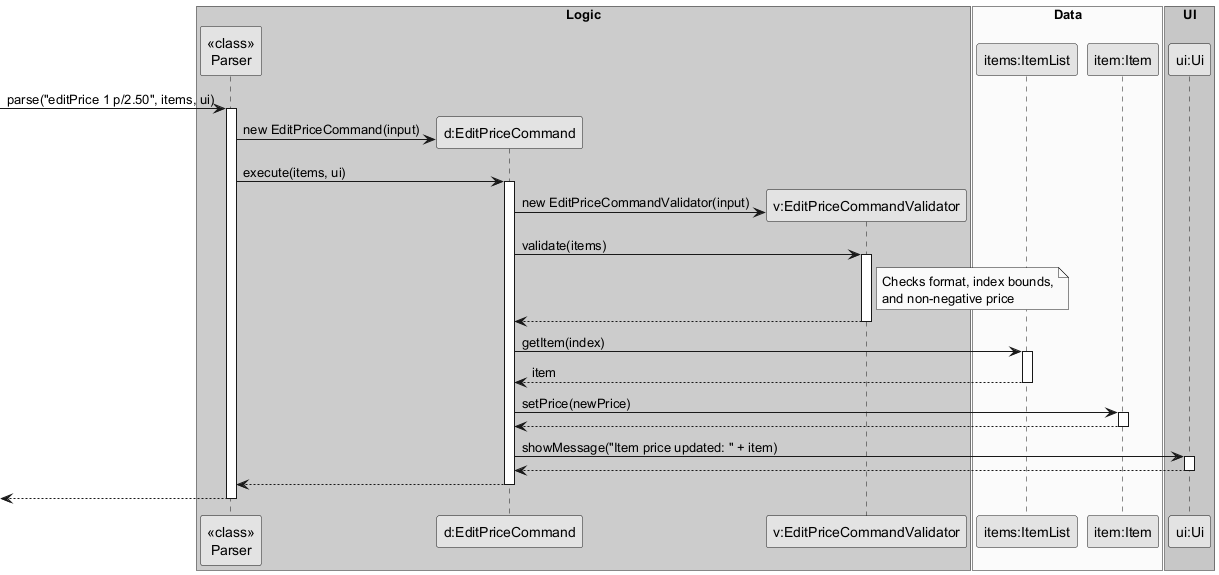
This is docs/diagrams/EditPriceCommandSequenceDiagram.png from fmohamedfaras/tp, a PlantUML export, as it was before one commit. Source of this version:
```plantuml
@startuml
skinparam monochrome true
skinparam shadowing false

box "Logic" #LightBlue
participant "<<class>>\nParser" as Parser
participant "d:EditPriceCommand" as EditPriceCommand
participant "v:EditPriceCommandValidator" as EditPriceCommandValidator
end box

box "Data" #LightYellow
participant "items:ItemList" as ItemList
participant "item:Item" as Item
end box

box "UI" #LightGreen
participant "ui:Ui" as Ui
end box

-> Parser : parse("editPrice 1 p/2.50", items, ui)
activate Parser

create EditPriceCommand
Parser -> EditPriceCommand : new EditPriceCommand(input)

Parser -> EditPriceCommand : execute(items, ui)
activate EditPriceCommand

create EditPriceCommandValidator
EditPriceCommand -> EditPriceCommandValidator : new EditPriceCommandValidator(input)

EditPriceCommand -> EditPriceCommandValidator : validate(items)
activate EditPriceCommandValidator
note right of EditPriceCommandValidator
  Checks format, index bounds,
  and non-negative price
end note
EditPriceCommandValidator --> EditPriceCommand
deactivate EditPriceCommandValidator

EditPriceCommand -> ItemList : getItem(index)
activate ItemList
ItemList --> EditPriceCommand : item
deactivate ItemList

EditPriceCommand -> Item : setPrice(newPrice)
activate Item
Item --> EditPriceCommand
deactivate Item

EditPriceCommand -> Ui : showMessage("Item price updated: " + item)
activate Ui
Ui --> EditPriceCommand
deactivate Ui

EditPriceCommand --> Parser
deactivate EditPriceCommand

<-- Parser
deactivate Parser

@enduml
```
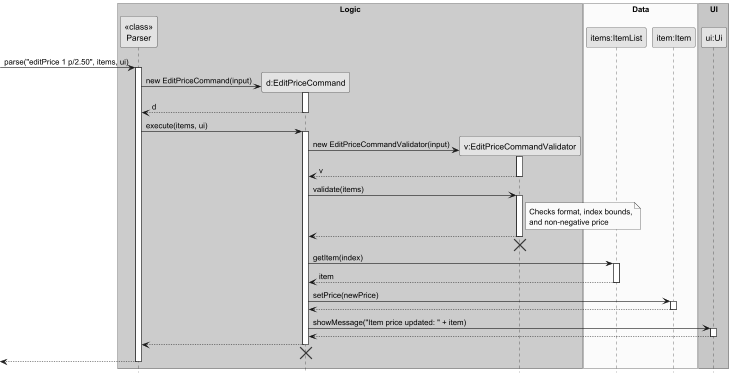
The same diagram one commit later.

What changed in the source:
```diff
@@ -1,6 +1,7 @@
 @startuml
 skinparam monochrome true
 skinparam shadowing false
+hide footbox
 
 box "Logic" #LightBlue
 participant "<<class>>\nParser" as Parser
@@ -22,12 +23,18 @@
 
 create EditPriceCommand
 Parser -> EditPriceCommand : new EditPriceCommand(input)
+activate EditPriceCommand
+EditPriceCommand --> Parser : d
+deactivate EditPriceCommand
 
 Parser -> EditPriceCommand : execute(items, ui)
 activate EditPriceCommand
 
 create EditPriceCommandValidator
 EditPriceCommand -> EditPriceCommandValidator : new EditPriceCommandValidator(input)
+activate EditPriceCommandValidator
+EditPriceCommandValidator --> EditPriceCommand : v
+deactivate EditPriceCommandValidator
 
 EditPriceCommand -> EditPriceCommandValidator : validate(items)
 activate EditPriceCommandValidator
@@ -37,6 +44,8 @@
 end note
 EditPriceCommandValidator --> EditPriceCommand
 deactivate EditPriceCommandValidator
+EditPriceCommandValidator -[hidden]-> EditPriceCommand
+destroy EditPriceCommandValidator
 
 EditPriceCommand -> ItemList : getItem(index)
 activate ItemList
@@ -55,6 +64,8 @@
 
 EditPriceCommand --> Parser
 deactivate EditPriceCommand
+EditPriceCommand -[hidden]-> Parser
+destroy EditPriceCommand
 
 <-- Parser
 deactivate Parser
```
